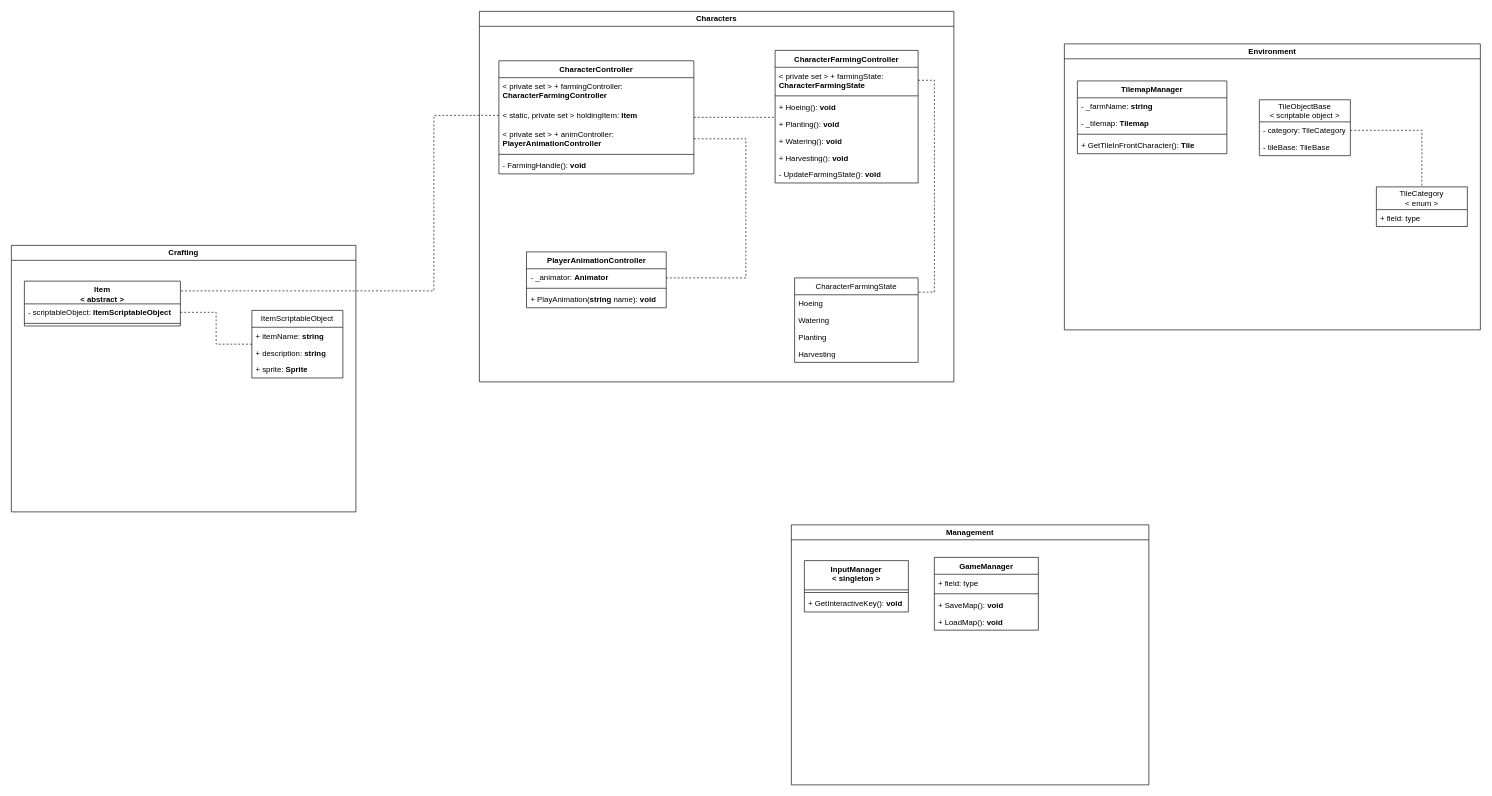
Before: page "draft_farming" (3 of 4) of Document/Diagrams/sunny_field_classes.drawio in linhh563/sunny-fields, a draw.io diagram. Source tidied: cells renumbered, new cells numbered last; positions are measured from the earlier drawing's top-left corner, leaving out a move shared by most shapes. Both pictures are drawn from the tidied source at 65%, with x=0, y=0 at pixel (11, 11).
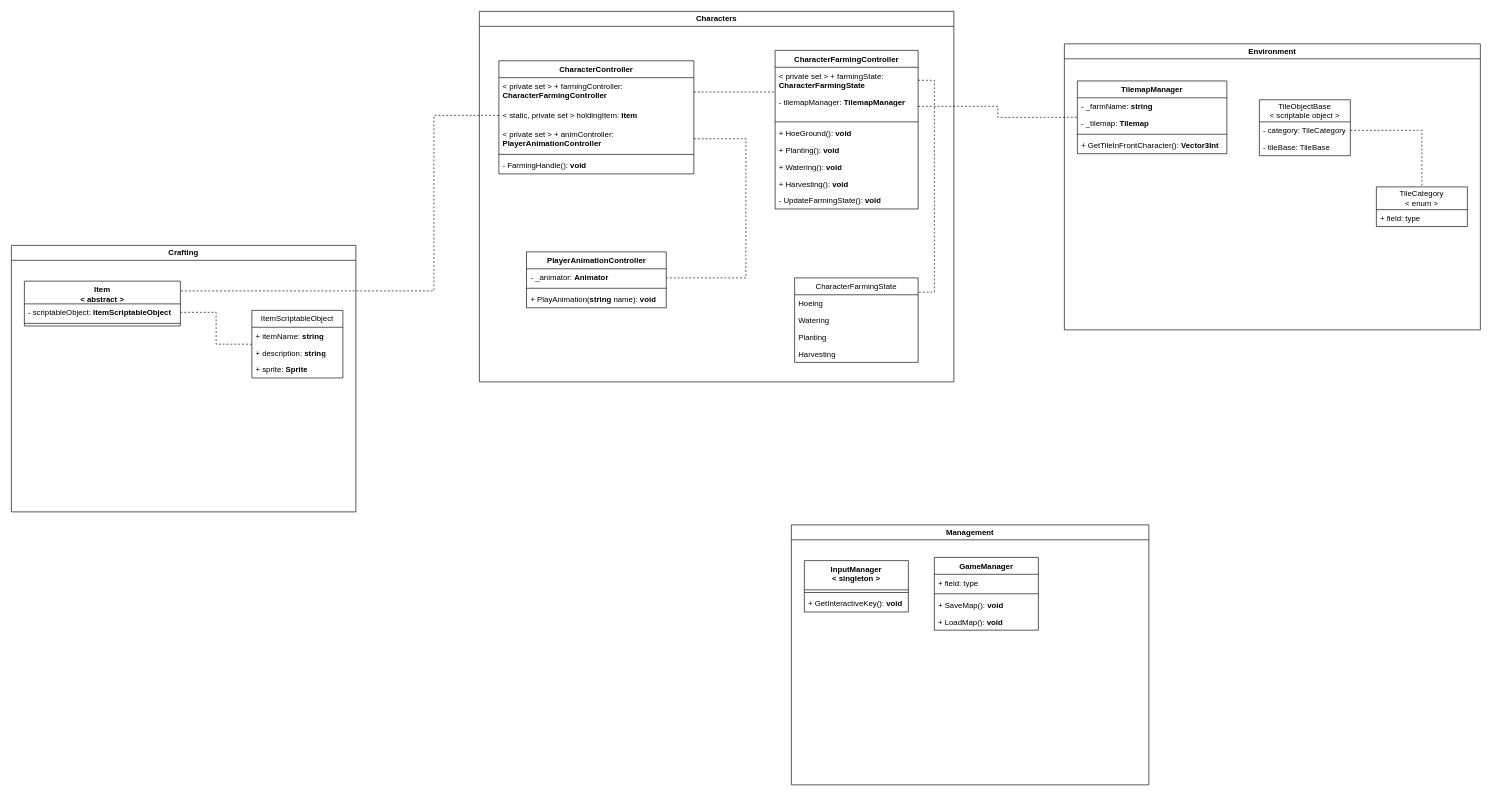
Above is the later version.

Unchanged cells that the change refers to:
```xml
<mxCell id="3" value="TilemapManager" style="swimlane;fontStyle=1;align=center;verticalAlign=top;horizontal=1;startSize=26;whiteSpace=wrap;html=1;" parent="2" vertex="1">
  <mxGeometry x="20" y="57" width="230" height="112" as="geometry" />
</mxCell>
<mxCell id="14" value="Characters" style="swimlane;whiteSpace=wrap;html=1;" parent="1" vertex="1">
  <mxGeometry x="720" width="730" height="570" as="geometry" />
</mxCell>
<mxCell id="16" value="CharacterController" style="swimlane;fontStyle=1;align=center;verticalAlign=top;horizontal=1;startSize=26;whiteSpace=wrap;html=1;" parent="14" vertex="1">
  <mxGeometry x="30" y="76" width="300" height="174" as="geometry" />
</mxCell>
<mxCell id="17" value="&amp;lt; private set &amp;gt; + farmingController: &lt;b&gt;CharacterFarmingController&lt;/b&gt;" style="text;strokeColor=none;fillColor=none;align=left;verticalAlign=top;spacingLeft=4;spacingRight=4;overflow=hidden;points=[[0,0.5],[1,0.5]];portConstraint=eastwest;whiteSpace=wrap;html=1;" parent="16" vertex="1">
  <mxGeometry y="26" width="300" height="44" as="geometry" />
</mxCell>
```

Change to the diagram source:
```diff
@@
-    <mxCell id="7" value="+ GetTileInFrontCharacter(): &lt;b&gt;Tile&lt;/b&gt;" style="text;strokeColor=none;fillColor=none;align=left;verticalAlign=top;spacingLeft=4;spacingRight=4;overflow=hidden;whiteSpace=wrap;html=1;" parent="3" vertex="1">
+    <mxCell id="7" value="+ GetTileInFrontCharacter(): &lt;b&gt;Vector3Int&lt;/b&gt;" style="text;strokeColor=none;fillColor=none;align=left;verticalAlign=top;spacingLeft=4;spacingRight=4;overflow=hidden;whiteSpace=wrap;html=1;" parent="3" vertex="1">
       <mxGeometry y="86" width="230" height="26" as="geometry" />
     </mxCell>
@@
-    <mxCell id="15" style="edgeStyle=orthogonalEdgeStyle;rounded=0;jettySize=auto;html=1;dashed=1;endArrow=none;startFill=0;" parent="14" edge="1" source="16" target="22">
+    <mxCell id="15" style="edgeStyle=orthogonalEdgeStyle;rounded=0;jettySize=auto;html=1;dashed=1;endArrow=none;startFill=0;" parent="14" edge="1" source="17" target="22">
       <mxGeometry relative="1" as="geometry">
         <Array as="points">
-          <mxPoint x="430" y="163" />
-          <mxPoint x="430" y="163" />
+          <mxPoint x="330" y="124" />
+          <mxPoint x="330" y="124" />
         </Array>
       </mxGeometry>
     </mxCell>
@@
     <mxCell id="22" value="CharacterFarmingController" style="swimlane;fontStyle=1;align=center;verticalAlign=top;horizontal=1;startSize=26;whiteSpace=wrap;html=1;" parent="14" vertex="1">
-      <mxGeometry x="455" y="60" width="220" height="204" as="geometry" />
+      <mxGeometry x="455" y="60" width="220" height="244" as="geometry" />
     </mxCell>
@@
+    <mxCell id="60" value="- tilemapManager: &lt;b&gt;TilemapManager&lt;/b&gt;" style="text;strokeColor=none;fillColor=none;align=left;verticalAlign=top;spacingLeft=4;spacingRight=4;overflow=hidden;points=[[0,0.5],[1,0.5]];portConstraint=eastwest;whiteSpace=wrap;html=1;" parent="22" vertex="1">
+      <mxGeometry y="66" width="220" height="40" as="geometry" />
+    </mxCell>
     <mxCell id="24" style="line;strokeWidth=1;fillColor=none;align=left;verticalAlign=middle;spacingTop=-1;spacingLeft=3;spacingRight=3;labelPosition=right;strokeColor=inherit;" parent="22" vertex="1">
-      <mxGeometry y="66" width="220" height="8" as="geometry" />
+      <mxGeometry y="106" width="220" height="8" as="geometry" />
     </mxCell>
-    <mxCell id="25" value="+ Hoeing(): &lt;b&gt;void&lt;/b&gt;" style="text;strokeColor=none;fillColor=none;align=left;verticalAlign=top;spacingLeft=4;spacingRight=4;overflow=hidden;whiteSpace=wrap;html=1;" parent="22" vertex="1">
-      <mxGeometry y="74" width="220" height="26" as="geometry" />
+    <mxCell id="25" value="+ HoeGround(): &lt;b&gt;void&lt;/b&gt;" style="text;strokeColor=none;fillColor=none;align=left;verticalAlign=top;spacingLeft=4;spacingRight=4;overflow=hidden;whiteSpace=wrap;html=1;" parent="22" vertex="1">
+      <mxGeometry y="114" width="220" height="26" as="geometry" />
     </mxCell>
     <mxCell id="26" value="+ Planting(): &lt;b&gt;void&lt;/b&gt;" style="text;strokeColor=none;fillColor=none;align=left;verticalAlign=top;spacingLeft=4;spacingRight=4;overflow=hidden;whiteSpace=wrap;html=1;" parent="22" vertex="1">
-      <mxGeometry y="100" width="220" height="26" as="geometry" />
+      <mxGeometry y="140" width="220" height="26" as="geometry" />
     </mxCell>
     <mxCell id="27" value="+ Watering(): &lt;b&gt;void&lt;/b&gt;" style="text;strokeColor=none;fillColor=none;align=left;verticalAlign=top;spacingLeft=4;spacingRight=4;overflow=hidden;whiteSpace=wrap;html=1;" parent="22" vertex="1">
-      <mxGeometry y="126" width="220" height="26" as="geometry" />
+      <mxGeometry y="166" width="220" height="26" as="geometry" />
     </mxCell>
     <mxCell id="28" value="+ Harvesting(): &lt;b&gt;void&lt;/b&gt;" style="text;strokeColor=none;fillColor=none;align=left;verticalAlign=top;spacingLeft=4;spacingRight=4;overflow=hidden;whiteSpace=wrap;html=1;" parent="22" vertex="1">
-      <mxGeometry y="152" width="220" height="26" as="geometry" />
+      <mxGeometry y="192" width="220" height="26" as="geometry" />
     </mxCell>
     <mxCell id="29" value="- UpdateFarmingState(): &lt;b&gt;void&lt;/b&gt;" style="text;strokeColor=none;fillColor=none;align=left;verticalAlign=top;spacingLeft=4;spacingRight=4;overflow=hidden;whiteSpace=wrap;html=1;" parent="22" vertex="1">
-      <mxGeometry y="178" width="220" height="26" as="geometry" />
+      <mxGeometry y="218" width="220" height="26" as="geometry" />
     </mxCell>
@@
+    <mxCell id="61" style="edgeStyle=orthogonalEdgeStyle;rounded=0;jettySize=auto;html=1;dashed=1;endArrow=none;startFill=0;" parent="1" edge="1" source="60" target="3">
+      <mxGeometry relative="1" as="geometry" />
+    </mxCell>
```
